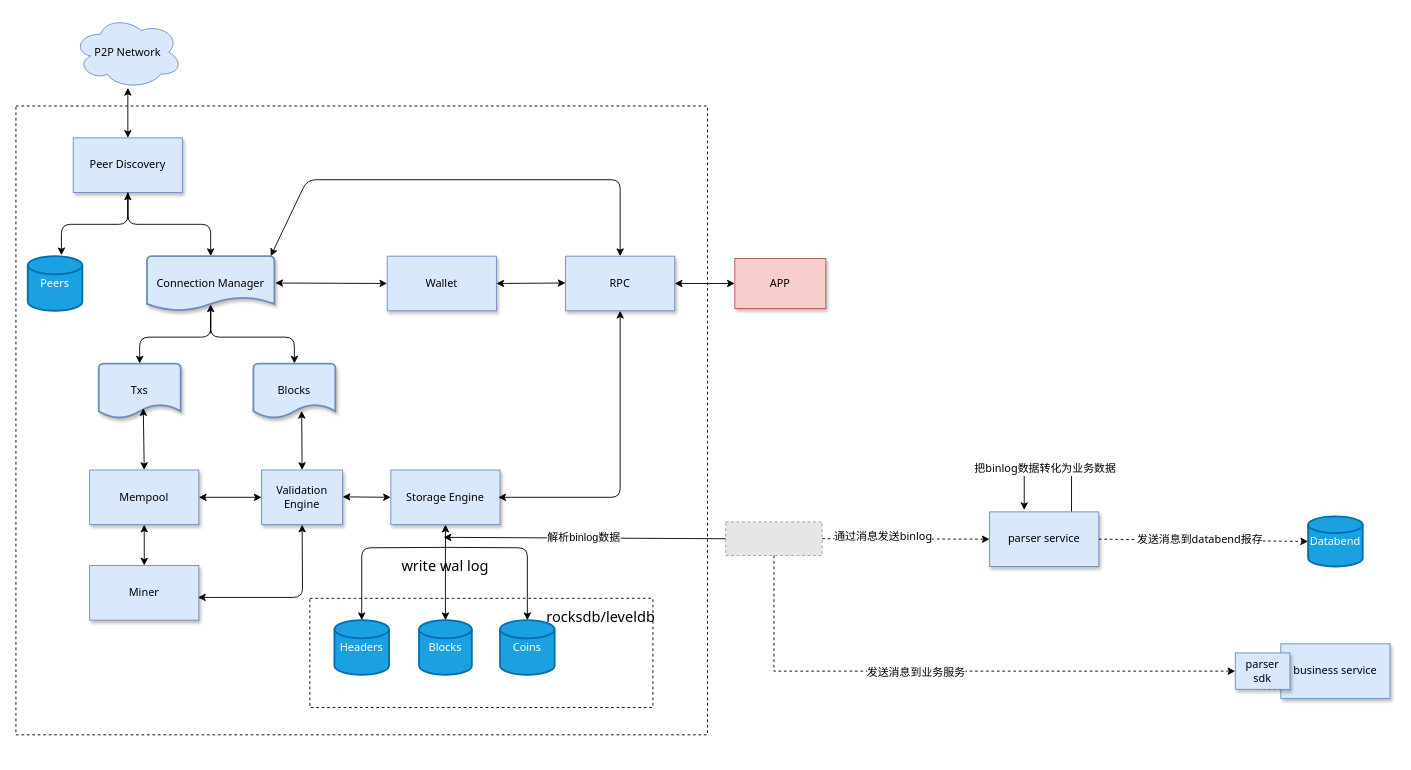
Above: doc/binlog设计.drawio in jackjoesh/databend (draw.io), before the change. Source tidied: cells renumbered, new cells numbered last; positions are measured from the earlier drawing's top-left corner, leaving out a move shared by most shapes. Both pictures are drawn from the tidied source at 91%, with x=0, y=0 at pixel (15, 15). Pictures stored in the file or linked from it are replaced by grey dashed boxes.
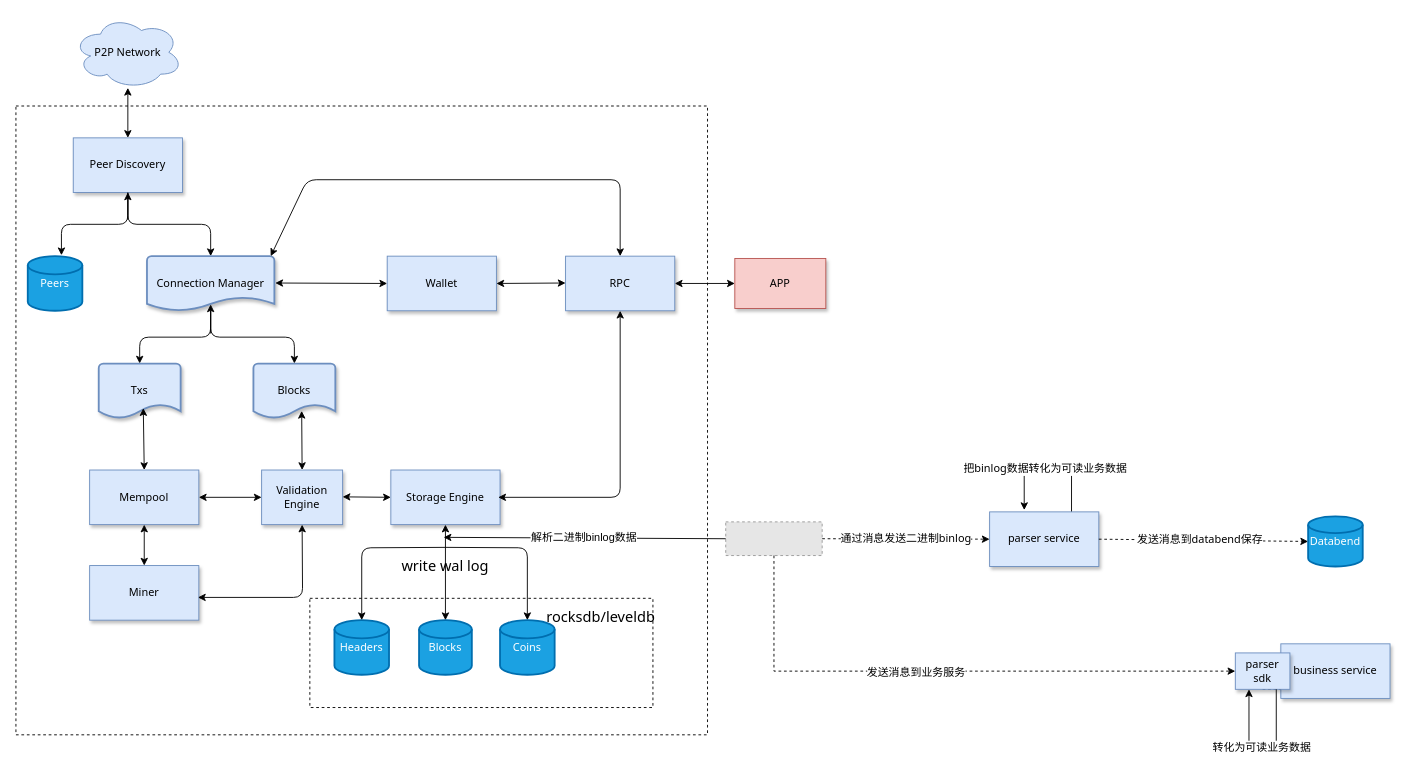
After the change.

The change refers to these unchanged cells:
```xml
<mxCell id="43" style="edgeStyle=orthogonalEdgeStyle;rounded=0;orthogonalLoop=1;jettySize=auto;html=1;exitX=0.75;exitY=0;exitDx=0;exitDy=0;entryX=0.317;entryY=-0.033;entryDx=0;entryDy=0;entryPerimeter=0;fontFamily=Tahoma;" parent="1" edge="1" source="45" target="45">
  <mxGeometry relative="1" as="geometry">
    <Array as="points">
      <mxPoint x="1160" y="500" />
      <mxPoint x="1108" y="500" />
    </Array>
  </mxGeometry>
</mxCell>
<mxCell id="50" style="endArrow=classic;html=1;rounded=0;exitX=0;exitY=0.5;exitDx=0;exitDy=0;" parent="1" edge="1" source="49">
  <mxGeometry relative="1" as="geometry">
    <mxPoint x="470" y="573" as="targetPoint" />
  </mxGeometry>
</mxCell>
<mxCell id="52" style="endArrow=classic;html=1;rounded=0;entryX=0;entryY=0.5;entryDx=0;entryDy=0;exitX=1;exitY=0.5;exitDx=0;exitDy=0;dashed=1;fontFamily=Tahoma;" parent="1" edge="1" source="49" target="45">
  <mxGeometry relative="1" as="geometry" />
</mxCell>
<mxCell id="54" style="endArrow=classic;html=1;rounded=0;entryX=0;entryY=0.5;entryDx=0;entryDy=0;entryPerimeter=0;exitX=1;exitY=0.5;exitDx=0;exitDy=0;dashed=1;fontFamily=Tahoma;" parent="1" edge="1" source="45" target="47">
  <mxGeometry relative="1" as="geometry" />
</mxCell>
<mxCell id="58" value="parser sdk" style="rounded=0;whiteSpace=wrap;html=1;fillColor=#dae8fc;strokeColor=#6c8ebf;shadow=1;fontFamily=Tahoma;" parent="1" vertex="1">
  <mxGeometry x="1340" y="700" width="60" height="40" as="geometry" />
</mxCell>
```

What changed in the source:
```diff
@@
-    <mxCell id="44" value="把binlog数据转化为业务数据" style="edgeLabel;html=1;align=center;verticalAlign=middle;fontSize=12;fontFamily=Tahoma;" parent="43" vertex="1">
+    <mxCell id="44" value="把binlog数据转化为可读业务数据" style="edgeLabel;html=1;align=center;verticalAlign=middle;fontSize=12;fontFamily=Tahoma;" parent="43" vertex="1">
       <mxGeometry x="0.07" y="-3" relative="1" as="geometry" />
     </mxCell>
@@
-    <mxCell id="51" value="解析binlog数据" style="edgeLabel;html=1;align=center;verticalAlign=middle;fontSize=12;" parent="50" vertex="1">
+    <mxCell id="51" value="解析二进制binlog数据" style="edgeLabel;html=1;align=center;verticalAlign=middle;fontSize=12;" parent="50" vertex="1">
       <mxGeometry x="0.01" relative="1" as="geometry" />
     </mxCell>
@@
-    <mxCell id="53" value="通过消息发送binlog" style="edgeLabel;html=1;align=center;verticalAlign=middle;fontSize=12;fontFamily=Tahoma;" parent="52" vertex="1">
-      <mxGeometry x="-0.28" y="3" relative="1" as="geometry" />
-    </mxCell>
+    <mxCell id="59" value="&lt;span style=&quot;font-family: Tahoma; font-size: 12px;&quot;&gt;通过消息发送二进制binlog&lt;/span&gt;" style="edgeLabel;html=1;align=center;verticalAlign=middle;" parent="52" vertex="1">
+      <mxGeometry relative="1" as="geometry" />
+    </mxCell>
@@
-    <mxCell id="55" value="发送消息到databend报存" style="edgeLabel;html=1;align=center;verticalAlign=middle;fontSize=12;fontFamily=Tahoma;" parent="54" vertex="1">
+    <mxCell id="55" value="发送消息到databend保存" style="edgeLabel;html=1;align=center;verticalAlign=middle;fontSize=12;fontFamily=Tahoma;" parent="54" vertex="1">
       <mxGeometry x="-0.04" y="2" relative="1" as="geometry">
         <mxPoint y="1" as="offset" />
       </mxGeometry>
     </mxCell>
@@
+    <mxCell id="60" style="edgeStyle=orthogonalEdgeStyle;rounded=0;orthogonalLoop=1;jettySize=auto;html=1;exitX=0.75;exitY=1;exitDx=0;exitDy=0;entryX=0.25;entryY=1;entryDx=0;entryDy=0;" parent="1" edge="1" source="58" target="58">
+      <mxGeometry relative="1" as="geometry">
+        <Array as="points">
+          <mxPoint x="1385" y="800" />
+          <mxPoint x="1355" y="800" />
+        </Array>
+      </mxGeometry>
+    </mxCell>
+    <mxCell id="61" value="&lt;span style=&quot;font-family: Tahoma; font-size: 12px;&quot;&gt;转化为可读业务数据&lt;/span&gt;" style="edgeLabel;html=1;align=center;verticalAlign=middle;" parent="60" vertex="1">
+      <mxGeometry x="0.03" y="3" relative="1" as="geometry" />
+    </mxCell>
```
